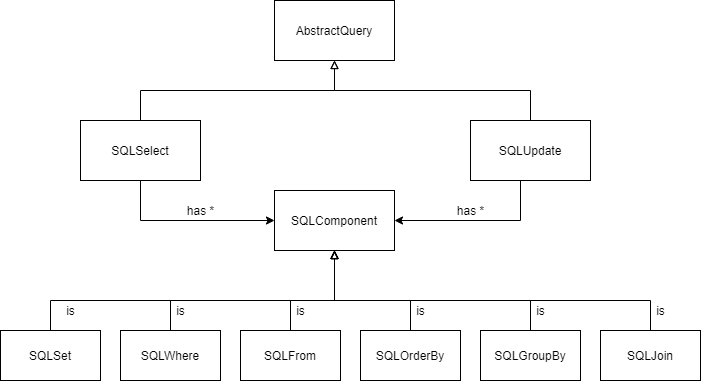
The draw.io diagram images/metamodel.png in Mabar16/InternalDSL, before a commit. Source tidied: cells renumbered, new cells last; positions are measured from the earlier drawing's top-left corner, leaving out a move shared by most shapes.
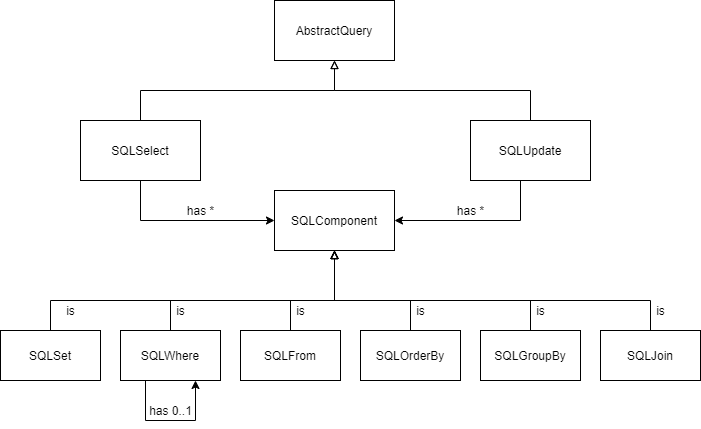
The same diagram one commit later.

Diff of the diagram source:
```diff
@@ -49,6 +49,14 @@
         </Array>
       </mxGeometry>
     </mxCell>
+    <mxCell id="30" style="edgeStyle=orthogonalEdgeStyle;rounded=0;orthogonalLoop=1;jettySize=auto;html=1;exitX=0.25;exitY=1;exitDx=0;exitDy=0;entryX=0.75;entryY=1;entryDx=0;entryDy=0;" parent="1" edge="1" source="10" target="10">
+      <mxGeometry relative="1" as="geometry">
+        <Array as="points">
+          <mxPoint x="145" y="420" />
+          <mxPoint x="195" y="420" />
+        </Array>
+      </mxGeometry>
+    </mxCell>
     <mxCell id="10" value="SQLWhere" style="rounded=0;whiteSpace=wrap;html=1;" parent="1" vertex="1">
       <mxGeometry x="120" y="330" width="100" height="50" as="geometry" />
     </mxCell>
@@ -134,5 +142,8 @@
     <mxCell id="29" value="is" style="text;html=1;align=center;verticalAlign=middle;" parent="1" vertex="1">
       <mxGeometry x="650" y="300" width="20" height="20" as="geometry" />
     </mxCell>
+    <mxCell id="31" value="has 0..1" style="text;html=1;align=center;verticalAlign=middle;" parent="1" vertex="1">
+      <mxGeometry x="140" y="400" width="60" height="20" as="geometry" />
+    </mxCell>
   </root>
 </mxGraphModel>
```
